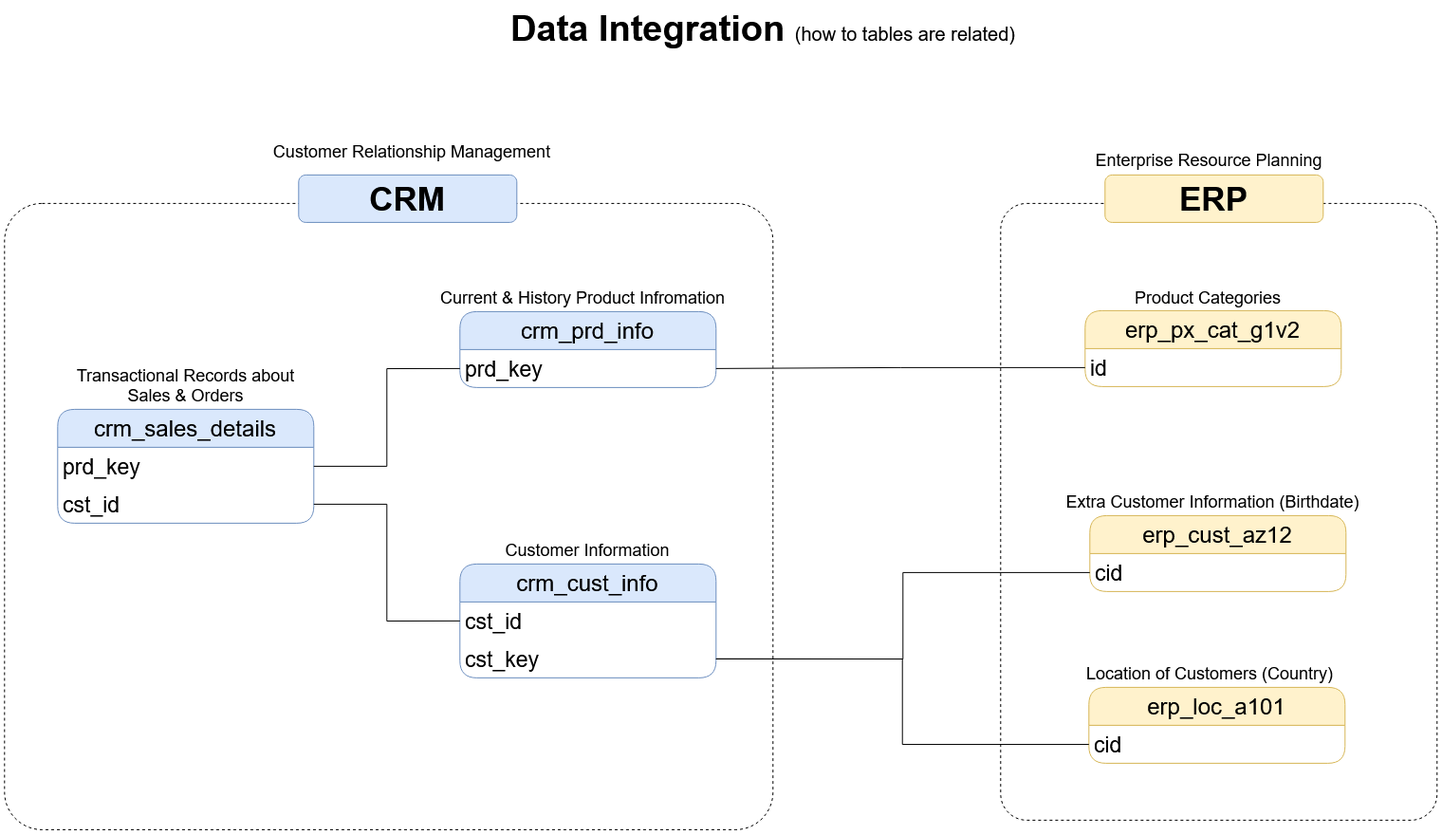
Above: docs/4.data_integration.drawio.png in Dina-Sameh/sql-data-warehouse-project (draw.io), before the change. Source tidied: cells renumbered, new cells last; positions are measured from the earlier drawing's top-left corner, leaving out a move shared by most shapes.
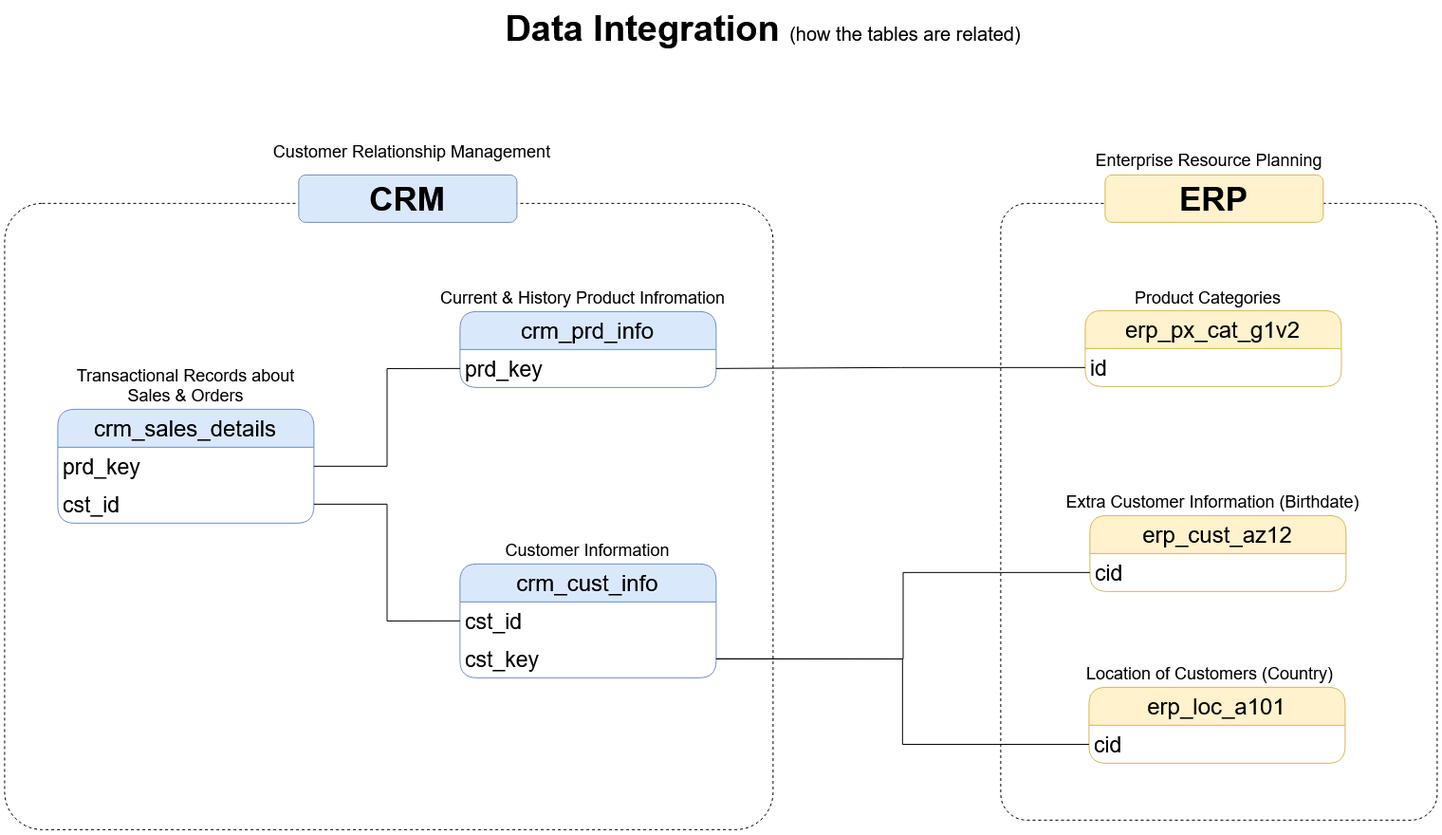
Above is the later version.

The edit, as a diff of the source:
```diff
@@ -95,7 +95,7 @@
     <mxCell id="32" value="&lt;font style=&quot;font-size: 18px;&quot;&gt;Enterprise Resource Planning&lt;/font&gt;" style="text;html=1;strokeColor=none;fillColor=none;align=center;verticalAlign=middle;whiteSpace=wrap;rounded=0;fontSize=18;" parent="1" vertex="1">
       <mxGeometry x="1090" y="149" width="360" height="30" as="geometry" />
     </mxCell>
-    <mxCell id="33" value="&lt;b style=&quot;border-color: var(--border-color); font-size: 38px; text-align: left;&quot;&gt;Data Integration&amp;nbsp;&lt;/b&gt;&lt;font style=&quot;border-color: var(--border-color); text-align: left; font-size: 20px;&quot;&gt;(how to tables are related)&lt;/font&gt;" style="text;html=1;strokeColor=none;fillColor=none;align=center;verticalAlign=middle;whiteSpace=wrap;rounded=0;" parent="1" vertex="1">
+    <mxCell id="33" value="&lt;b style=&quot;border-color: var(--border-color); font-size: 38px; text-align: left;&quot;&gt;Data Integration&amp;nbsp;&lt;/b&gt;&lt;font style=&quot;border-color: var(--border-color); text-align: left; font-size: 20px;&quot;&gt;(how the tables are related)&lt;/font&gt;" style="text;html=1;strokeColor=none;fillColor=none;align=center;verticalAlign=middle;whiteSpace=wrap;rounded=0;" parent="1" vertex="1">
       <mxGeometry x="515" width="570" height="50" as="geometry" />
     </mxCell>
   </root>
```
